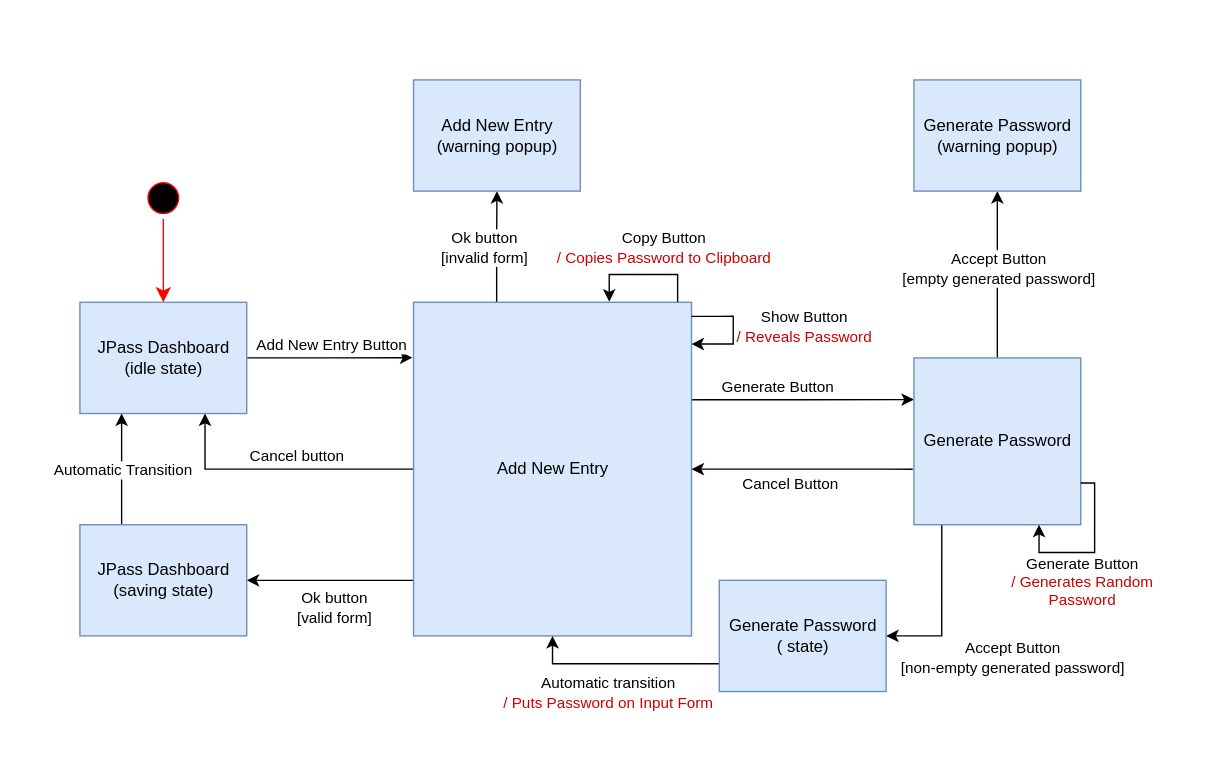
Telmooo/jpass keeps this draw.io diagram as qf-test/AddEntry_v2.drawio. Above is the earlier version. Source tidied: cells renumbered, new cells numbered last; positions are measured from the earlier drawing's top-left corner, leaving out a move shared by most shapes. Both pictures are drawn from the tidied source at 139%, with x=0, y=0 at pixel (79, 79).
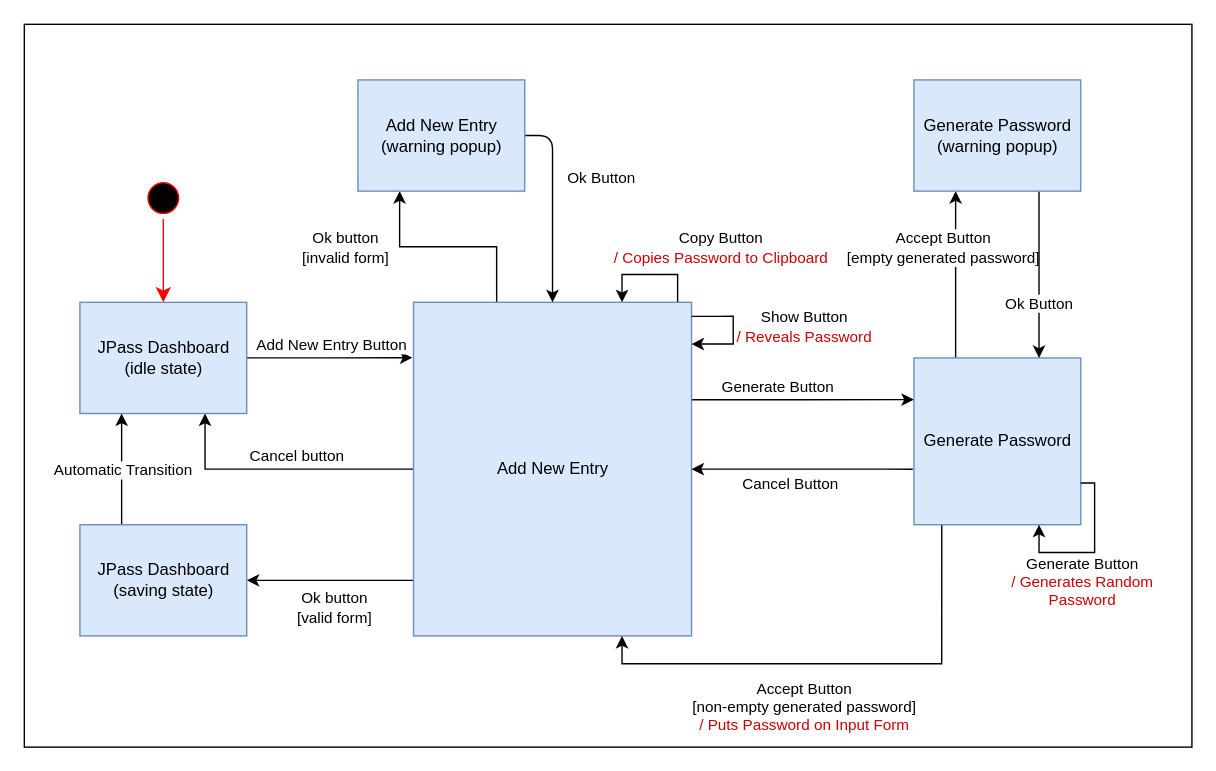
The same diagram, later.

Commit message (it also covers changes not shown here):
Added missing transitions

The change refers to these unchanged cells:
```xml
<mxCell id="12" value="Add New Entry" style="html=1;fillColor=#dae8fc;strokeColor=#6c8ebf;" parent="1" vertex="1">
  <mxGeometry x="240" y="160" width="200" height="240" as="geometry" />
</mxCell>
<mxCell id="19" value="Generate Password" style="html=1;fillColor=#dae8fc;strokeColor=#6c8ebf;" parent="1" vertex="1">
  <mxGeometry x="600" y="200" width="120" height="120" as="geometry" />
</mxCell>
<mxCell id="24" value="Generate Password&lt;br&gt;(warning popup)" style="html=1;fillColor=#dae8fc;strokeColor=#6c8ebf;" parent="1" vertex="1">
  <mxGeometry x="600" width="120" height="80" as="geometry" />
</mxCell>
```

The edit, as a diff of the source:
```diff
@@
+    <mxCell id="38" style="rounded=0;whiteSpace=wrap;html=1;" parent="1" vertex="1">
+      <mxGeometry x="-40" y="-40" width="840" height="520" as="geometry" />
+    </mxCell>
@@
-    <mxCell id="7" style="edgeStyle=orthogonalEdgeStyle;rounded=0;jettySize=auto;html=1;exitX=0.299;exitY=0;exitDx=0;exitDy=0;entryX=0.5;entryY=1;entryDx=0;entryDy=0;exitPerimeter=0;" parent="1" edge="1" source="12" target="25">
+    <mxCell id="7" style="edgeStyle=orthogonalEdgeStyle;rounded=0;jettySize=auto;html=1;exitX=0.299;exitY=0;exitDx=0;exitDy=0;entryX=0.25;entryY=1;entryDx=0;entryDy=0;exitPerimeter=0;" parent="1" edge="1" source="12" target="25">
       <mxGeometry relative="1" as="geometry" />
     </mxCell>
@@
-    <mxCell id="13" style="edgeStyle=orthogonalEdgeStyle;rounded=0;jettySize=auto;html=1;exitX=0.5;exitY=0;exitDx=0;exitDy=0;entryX=0.5;entryY=1;entryDx=0;entryDy=0;" parent="1" edge="1" source="19" target="24">
+    <mxCell id="13" style="edgeStyle=orthogonalEdgeStyle;rounded=0;jettySize=auto;html=1;exitX=0.25;exitY=0;exitDx=0;exitDy=0;entryX=0.25;entryY=1;entryDx=0;entryDy=0;" parent="1" edge="1" source="19" target="24">
       <mxGeometry relative="1" as="geometry" />
     </mxCell>
     <mxCell id="14" value="Accept Button&lt;br&gt;[empty generated password]" style="edgeLabel;html=1;align=center;verticalAlign=middle;" parent="13" vertex="1">
       <mxGeometry x="0.23" relative="1" as="geometry">
-        <mxPoint y="9" as="offset" />
+        <mxPoint x="-10" y="-6" as="offset" />
       </mxGeometry>
     </mxCell>
-    <mxCell id="15" style="edgeStyle=orthogonalEdgeStyle;rounded=0;jettySize=auto;html=1;exitX=0.167;exitY=1;exitDx=0;exitDy=0;entryX=1;entryY=0.5;entryDx=0;entryDy=0;exitPerimeter=0;" parent="1" edge="1" source="19" target="28">
+    <mxCell id="15" style="edgeStyle=orthogonalEdgeStyle;rounded=0;jettySize=auto;html=1;exitX=0.167;exitY=1;exitDx=0;exitDy=0;entryX=0.75;entryY=1;entryDx=0;entryDy=0;exitPerimeter=0;" parent="1" edge="1" source="19" target="12">
       <mxGeometry relative="1" as="geometry" />
     </mxCell>
-    <mxCell id="16" value="Accept Button&lt;br&gt;[non-empty generated password]" style="edgeLabel;html=1;align=center;verticalAlign=middle;" parent="15" vertex="1">
+    <mxCell id="16" value="Accept Button&lt;br&gt;[non-empty generated password]&lt;br&gt;&lt;font color=&quot;#cc0000&quot;&gt;/ Puts Password on Input Form&lt;/font&gt;" style="edgeLabel;html=1;align=center;verticalAlign=middle;" parent="15" vertex="1">
       <mxGeometry x="-0.21" y="-1" relative="1" as="geometry">
-        <mxPoint x="51" y="49" as="offset" />
+        <mxPoint x="-62" y="31" as="offset" />
       </mxGeometry>
     </mxCell>
@@
+    <mxCell id="39" style="edgeStyle=none;html=1;exitX=0.75;exitY=1;exitDx=0;exitDy=0;entryX=0.75;entryY=0;entryDx=0;entryDy=0;" parent="1" edge="1" source="24" target="19">
+      <mxGeometry relative="1" as="geometry" />
+    </mxCell>
+    <mxCell id="40" value="Ok Button" style="edgeLabel;html=1;align=center;verticalAlign=middle;" parent="39" vertex="1">
+      <mxGeometry x="-0.4" y="-1" relative="1" as="geometry">
+        <mxPoint y="44" as="offset" />
+      </mxGeometry>
+    </mxCell>
@@
+    <mxCell id="41" style="edgeStyle=none;html=1;exitX=1;exitY=0.5;exitDx=0;exitDy=0;entryX=0.5;entryY=0;entryDx=0;entryDy=0;" parent="1" edge="1" source="25" target="12">
+      <mxGeometry relative="1" as="geometry">
+        <Array as="points">
+          <mxPoint x="340" y="40" />
+          <mxPoint x="340" y="120" />
+        </Array>
+      </mxGeometry>
+    </mxCell>
+    <mxCell id="42" value="Ok Button" style="edgeLabel;html=1;align=center;verticalAlign=middle;" parent="41" vertex="1">
+      <mxGeometry x="-0.44" y="1" relative="1" as="geometry">
+        <mxPoint x="33" y="11" as="offset" />
+      </mxGeometry>
+    </mxCell>
     <mxCell id="25" value="Add New Entry&lt;br&gt;(warning popup)" style="html=1;fillColor=#dae8fc;strokeColor=#6c8ebf;" parent="1" vertex="1">
-      <mxGeometry x="240" width="120" height="80" as="geometry" />
+      <mxGeometry x="200" width="120" height="80" as="geometry" />
     </mxCell>
-    <mxCell id="26" style="edgeStyle=orthogonalEdgeStyle;rounded=0;jettySize=auto;html=1;entryX=0.5;entryY=1;entryDx=0;entryDy=0;exitX=0;exitY=0.75;exitDx=0;exitDy=0;" parent="1" edge="1" source="28" target="12">
-      <mxGeometry relative="1" as="geometry">
-        <Array as="points">
-          <mxPoint x="340" y="420" />
-        </Array>
-      </mxGeometry>
-    </mxCell>
-    <mxCell id="27" value="Automatic transition&lt;br&gt;&lt;font color=&quot;#cc0000&quot;&gt;/ Puts Password on Input Form&lt;/font&gt;" style="edgeLabel;html=1;align=center;verticalAlign=middle;" parent="26" vertex="1">
-      <mxGeometry x="-0.16" relative="1" as="geometry">
-        <mxPoint x="-22" y="20" as="offset" />
-      </mxGeometry>
-    </mxCell>
-    <mxCell id="28" value="Generate Password&lt;br&gt;( state)" style="html=1;fillColor=#dae8fc;strokeColor=#6c8ebf;" parent="1" vertex="1">
-      <mxGeometry x="460" y="360" width="120" height="80" as="geometry" />
-    </mxCell>
     <mxCell id="29" value="Ok button&lt;br&gt;[invalid form]" style="edgeLabel;html=1;align=center;verticalAlign=middle;" parent="1" vertex="1">
-      <mxGeometry x="290" y="120" as="geometry" />
+      <mxGeometry x="190" y="120" as="geometry" />
     </mxCell>
@@
-    <mxCell id="32" style="edgeStyle=orthogonalEdgeStyle;rounded=0;orthogonalLoop=1;jettySize=auto;html=1;entryX=0.704;entryY=-0.002;entryDx=0;entryDy=0;entryPerimeter=0;exitX=0.95;exitY=-0.001;exitDx=0;exitDy=0;exitPerimeter=0;" parent="1" edge="1" source="12" target="12">
+    <mxCell id="32" style="edgeStyle=orthogonalEdgeStyle;rounded=0;orthogonalLoop=1;jettySize=auto;html=1;entryX=0.75;entryY=0;entryDx=0;entryDy=0;exitX=0.95;exitY=-0.001;exitDx=0;exitDy=0;exitPerimeter=0;" parent="1" edge="1" source="12" target="12">
       <mxGeometry relative="1" as="geometry">
         <Array as="points">
           <mxPoint x="430" y="140" />
-          <mxPoint x="381" y="140" />
+          <mxPoint x="390" y="140" />
         </Array>
       </mxGeometry>
     </mxCell>
     <mxCell id="33" value="Copy Button&lt;br&gt;&lt;font color=&quot;#cc0000&quot;&gt;/ Copies Password to Clipboard&lt;/font&gt;" style="edgeLabel;html=1;align=center;verticalAlign=middle;" parent="32" vertex="1">
       <mxGeometry x="-0.19" y="-1" relative="1" as="geometry">
-        <mxPoint x="6" y="-19" as="offset" />
+        <mxPoint x="43" y="-19" as="offset" />
       </mxGeometry>
     </mxCell>
```
